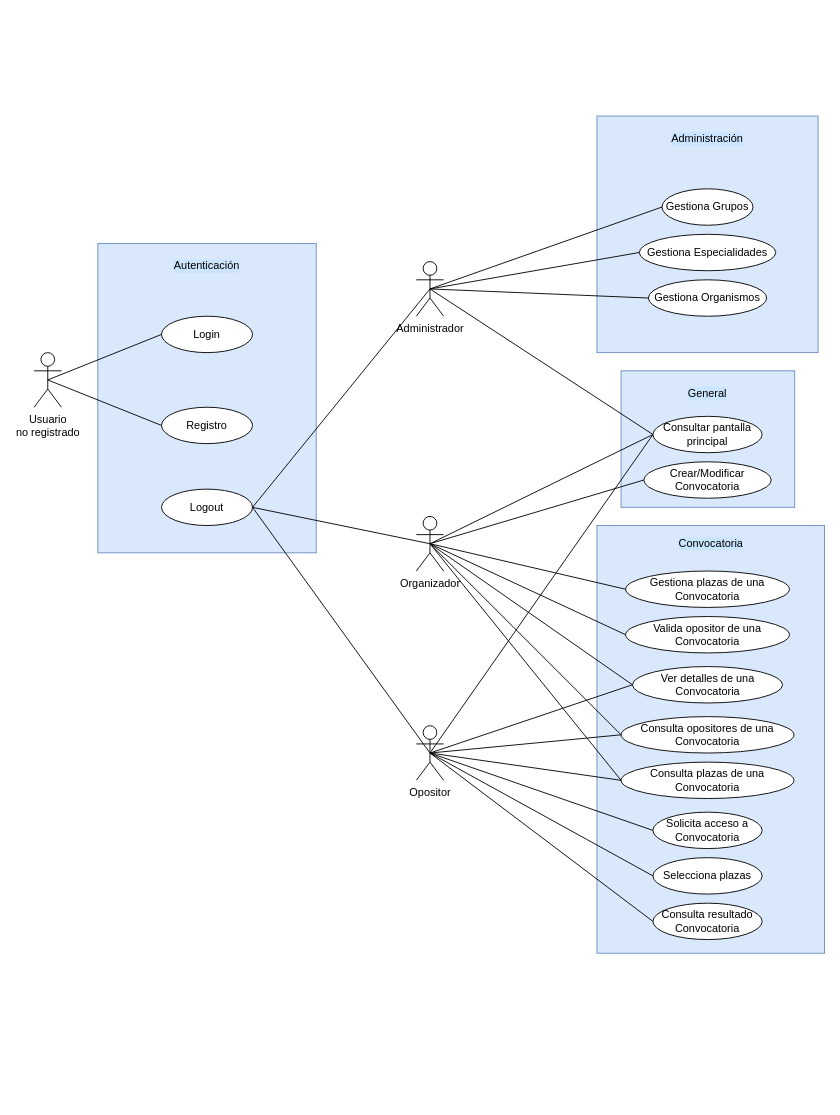
Before: src/main/doc/diagramas/DiagramaCasosDeUso.drawio in Castillo82/simudest, a draw.io diagram. Source tidied: cells renumbered, new cells numbered last; positions are measured from the earlier drawing's top-left corner, leaving out a move shared by most shapes. Both pictures are drawn from the tidied source at 91%, with x=0, y=0 at pixel (34, 116).
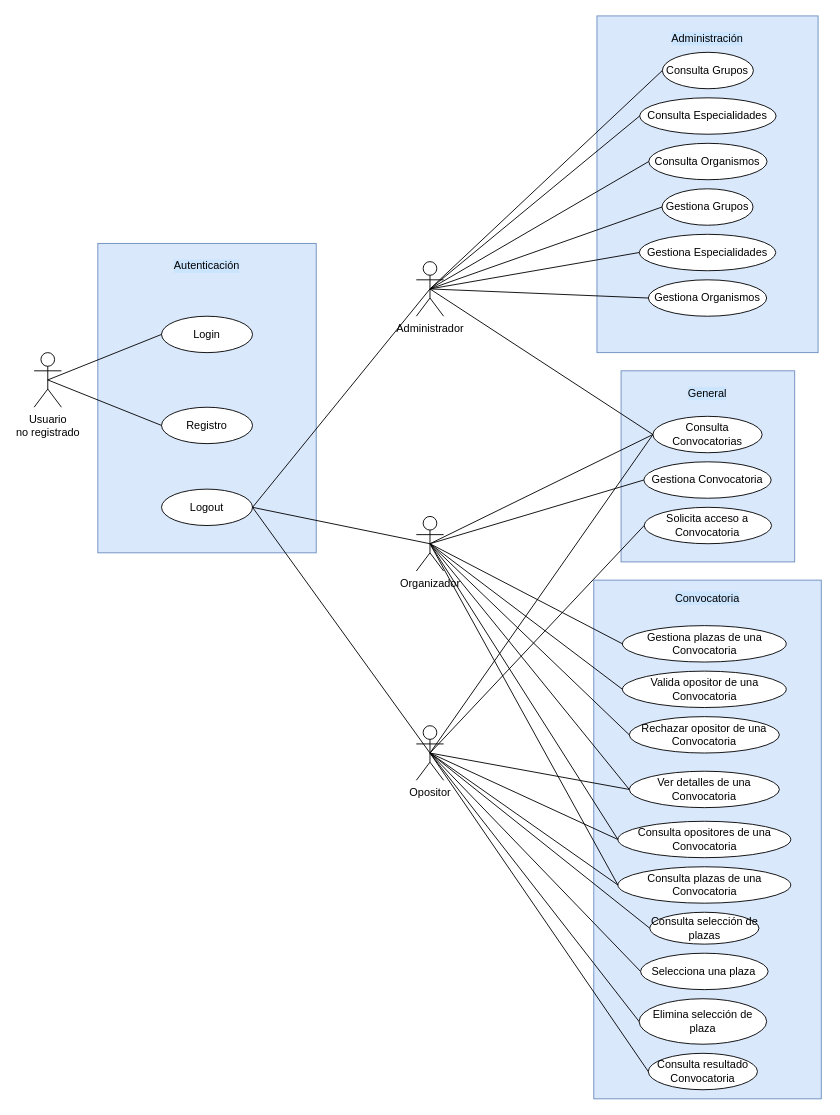
The same page after the edit.

Unchanged cells that the change refers to:
```xml
<mxCell id="6" value="Organizador" style="shape=umlActor;verticalLabelPosition=bottom;verticalAlign=top;html=1;outlineConnect=0;" parent="1" vertex="1">
  <mxGeometry x="420" y="440" width="30" height="60" as="geometry" />
</mxCell>
<mxCell id="7" value="Administrador" style="shape=umlActor;verticalLabelPosition=bottom;verticalAlign=top;html=1;outlineConnect=0;" parent="1" vertex="1">
  <mxGeometry x="420" y="160" width="30" height="60" as="geometry" />
</mxCell>
<mxCell id="8" value="Opositor" style="shape=umlActor;verticalLabelPosition=bottom;verticalAlign=top;html=1;outlineConnect=0;" parent="1" vertex="1">
  <mxGeometry x="420" y="670" width="30" height="60" as="geometry" />
</mxCell>
```

What changed in the source:
```diff
@@
     <mxCell id="2" style="rounded=0;whiteSpace=wrap;html=1;fillColor=#dae8fc;strokeColor=#6c8ebf;" parent="1" vertex="1">
-      <mxGeometry x="618.5" y="450" width="250" height="470" as="geometry" />
+      <mxGeometry x="615" y="510" width="250" height="570" as="geometry" />
     </mxCell>
     <mxCell id="3" style="rounded=0;whiteSpace=wrap;html=1;fillColor=#dae8fc;strokeColor=#6c8ebf;" parent="1" vertex="1">
-      <mxGeometry x="645" y="280" width="190.8" height="150" as="geometry" />
+      <mxGeometry x="645" y="280" width="190.8" height="210" as="geometry" />
     </mxCell>
     <mxCell id="4" style="rounded=0;whiteSpace=wrap;html=1;fillColor=#dae8fc;strokeColor=#6c8ebf;" parent="1" vertex="1">
-      <mxGeometry x="618.5" width="243" height="260" as="geometry" />
+      <mxGeometry x="618.5" y="-110" width="243" height="370" as="geometry" />
     </mxCell>
@@
-    <mxCell id="14" value="Crear/Modificar &lt;br&gt;Convocatoria" style="ellipse;whiteSpace=wrap;html=1;" parent="1" vertex="1">
+    <mxCell id="14" value="Gestiona Convocatoria" style="ellipse;whiteSpace=wrap;html=1;" parent="1" vertex="1">
       <mxGeometry x="670" y="380" width="140" height="40" as="geometry" />
     </mxCell>
-    <mxCell id="15" value="Solicita acceso a Convocatoria" style="ellipse;whiteSpace=wrap;html=1;" parent="1" vertex="1">
-      <mxGeometry x="680" y="765" width="120" height="40" as="geometry" />
-    </mxCell>
-    <mxCell id="16" value="Selecciona plazas" style="ellipse;whiteSpace=wrap;html=1;" parent="1" vertex="1">
-      <mxGeometry x="680" y="815" width="120" height="40" as="geometry" />
+    <mxCell id="16" value="Consulta selección de plazas" style="ellipse;whiteSpace=wrap;html=1;" parent="1" vertex="1">
+      <mxGeometry x="676.5" y="875" width="120" height="35" as="geometry" />
     </mxCell>
     <mxCell id="17" value="Consulta opositores de una Convocatoria" style="ellipse;whiteSpace=wrap;html=1;" parent="1" vertex="1">
-      <mxGeometry x="645" y="660" width="190" height="40" as="geometry" />
+      <mxGeometry x="641.5" y="775" width="190" height="40" as="geometry" />
     </mxCell>
     <mxCell id="18" value="Consulta resultado Convocatoria" style="ellipse;whiteSpace=wrap;html=1;" parent="1" vertex="1">
-      <mxGeometry x="680" y="865" width="120" height="40" as="geometry" />
+      <mxGeometry x="674.9" y="1030" width="120" height="40" as="geometry" />
     </mxCell>
     <mxCell id="19" value="Gestiona plazas de una Convocatoria" style="ellipse;whiteSpace=wrap;html=1;" parent="1" vertex="1">
-      <mxGeometry x="650" y="500" width="180" height="40" as="geometry" />
+      <mxGeometry x="646.5" y="560" width="180" height="40" as="geometry" />
     </mxCell>
     <mxCell id="20" value="Valida opositor de una Convocatoria" style="ellipse;whiteSpace=wrap;html=1;" parent="1" vertex="1">
-      <mxGeometry x="650" y="550" width="180" height="40" as="geometry" />
+      <mxGeometry x="646.5" y="610" width="180" height="40" as="geometry" />
     </mxCell>
     <mxCell id="21" value="Consulta plazas de una Convocatoria" style="ellipse;whiteSpace=wrap;html=1;" parent="1" vertex="1">
-      <mxGeometry x="645" y="710" width="190" height="40" as="geometry" />
+      <mxGeometry x="641.5" y="825" width="190" height="40" as="geometry" />
     </mxCell>
@@
-    <mxCell id="24" value="Consultar pantalla principal" style="ellipse;whiteSpace=wrap;html=1;" parent="1" vertex="1">
+    <mxCell id="24" value="Consulta Convocatorias" style="ellipse;whiteSpace=wrap;html=1;" parent="1" vertex="1">
       <mxGeometry x="680" y="330" width="120" height="40" as="geometry" />
     </mxCell>
@@
     <mxCell id="36" value="Ver detalles de una Convocatoria" style="ellipse;whiteSpace=wrap;html=1;" parent="1" vertex="1">
-      <mxGeometry x="657.5" y="605" width="165" height="40" as="geometry" />
+      <mxGeometry x="654" y="720" width="165" height="40" as="geometry" />
     </mxCell>
@@
-    <mxCell id="43" style="endArrow=none;html=1;rounded=0;exitX=0.5;exitY=0.5;exitDx=0;exitDy=0;exitPerimeter=0;entryX=0;entryY=0.5;entryDx=0;entryDy=0;" parent="1" edge="1" source="8" target="15">
-      <mxGeometry relative="1" as="geometry" />
-    </mxCell>
@@
     <mxCell id="50" value="Administración" style="text;html=1;strokeColor=none;fillColor=none;align=center;verticalAlign=middle;whiteSpace=wrap;rounded=0;labelBackgroundColor=#CCE5FF;" parent="1" vertex="1">
-      <mxGeometry x="710" y="10" width="60" height="30" as="geometry" />
+      <mxGeometry x="710" y="-100" width="60" height="30" as="geometry" />
     </mxCell>
@@
     <mxCell id="52" value="Convocatoria" style="text;html=1;strokeColor=none;fillColor=none;align=center;verticalAlign=middle;whiteSpace=wrap;rounded=0;labelBackgroundColor=#CCE5FF;" parent="1" vertex="1">
-      <mxGeometry x="713.5" y="455" width="60" height="30" as="geometry" />
+      <mxGeometry x="710" y="515" width="60" height="30" as="geometry" />
     </mxCell>
+    <mxCell id="53" value="&lt;div&gt;Consulta Grupos&lt;/div&gt;" style="ellipse;whiteSpace=wrap;html=1;" parent="1" vertex="1">
+      <mxGeometry x="690.4" y="-70" width="100" height="40" as="geometry" />
+    </mxCell>
+    <mxCell id="54" value="Consulta Especialidades" style="ellipse;whiteSpace=wrap;html=1;" parent="1" vertex="1">
+      <mxGeometry x="665.4" y="-20" width="150" height="40" as="geometry" />
+    </mxCell>
+    <mxCell id="55" value="Consulta Organismos" style="ellipse;whiteSpace=wrap;html=1;" parent="1" vertex="1">
+      <mxGeometry x="675.4" y="30" width="130" height="40" as="geometry" />
+    </mxCell>
+    <mxCell id="56" style="endArrow=none;html=1;rounded=0;entryX=0;entryY=0.5;entryDx=0;entryDy=0;exitX=0.5;exitY=0.5;exitDx=0;exitDy=0;exitPerimeter=0;" parent="1" edge="1" source="7" target="55">
+      <mxGeometry relative="1" as="geometry" />
+    </mxCell>
+    <mxCell id="57" style="endArrow=none;html=1;rounded=0;entryX=0;entryY=0.5;entryDx=0;entryDy=0;exitX=0.5;exitY=0.5;exitDx=0;exitDy=0;exitPerimeter=0;" parent="1" edge="1" source="7" target="54">
+      <mxGeometry relative="1" as="geometry" />
+    </mxCell>
+    <mxCell id="58" style="endArrow=none;html=1;rounded=0;entryX=0;entryY=0.5;entryDx=0;entryDy=0;exitX=0.5;exitY=0.5;exitDx=0;exitDy=0;exitPerimeter=0;" parent="1" edge="1" source="7" target="53">
+      <mxGeometry relative="1" as="geometry" />
+    </mxCell>
+    <mxCell id="15" value="Solicita acceso a Convocatoria" style="ellipse;whiteSpace=wrap;html=1;" parent="1" vertex="1">
+      <mxGeometry x="670.4" y="430" width="140" height="40" as="geometry" />
+    </mxCell>
+    <mxCell id="43" style="endArrow=none;html=1;rounded=0;exitX=0.5;exitY=0.5;exitDx=0;exitDy=0;exitPerimeter=0;entryX=0;entryY=0.5;entryDx=0;entryDy=0;" parent="1" edge="1" source="8" target="15">
+      <mxGeometry relative="1" as="geometry" />
+    </mxCell>
+    <mxCell id="59" value="Rechazar opositor de una Convocatoria" style="ellipse;whiteSpace=wrap;html=1;" parent="1" vertex="1">
+      <mxGeometry x="654" y="660" width="165" height="40" as="geometry" />
+    </mxCell>
+    <mxCell id="60" style="endArrow=none;html=1;rounded=0;entryX=0;entryY=0.5;entryDx=0;entryDy=0;exitX=0.5;exitY=0.5;exitDx=0;exitDy=0;exitPerimeter=0;" parent="1" edge="1" source="6" target="59">
+      <mxGeometry relative="1" as="geometry" />
+    </mxCell>
+    <mxCell id="61" value="Selecciona una plaza" style="ellipse;whiteSpace=wrap;html=1;" parent="1" vertex="1">
+      <mxGeometry x="666.4" y="920" width="140.2" height="40" as="geometry" />
+    </mxCell>
+    <mxCell id="62" value="Elimina selección de plaza" style="ellipse;whiteSpace=wrap;html=1;" parent="1" vertex="1">
+      <mxGeometry x="664.8" y="970" width="140.2" height="50" as="geometry" />
+    </mxCell>
+    <mxCell id="63" style="endArrow=none;html=1;rounded=0;entryX=0;entryY=0.5;entryDx=0;entryDy=0;exitX=0.5;exitY=0.5;exitDx=0;exitDy=0;exitPerimeter=0;" parent="1" edge="1" source="8" target="62">
+      <mxGeometry relative="1" as="geometry" />
+    </mxCell>
+    <mxCell id="64" style="endArrow=none;html=1;rounded=0;entryX=0;entryY=0.5;entryDx=0;entryDy=0;exitX=0.5;exitY=0.5;exitDx=0;exitDy=0;exitPerimeter=0;" parent="1" edge="1" source="8" target="61">
+      <mxGeometry relative="1" as="geometry" />
+    </mxCell>
```
